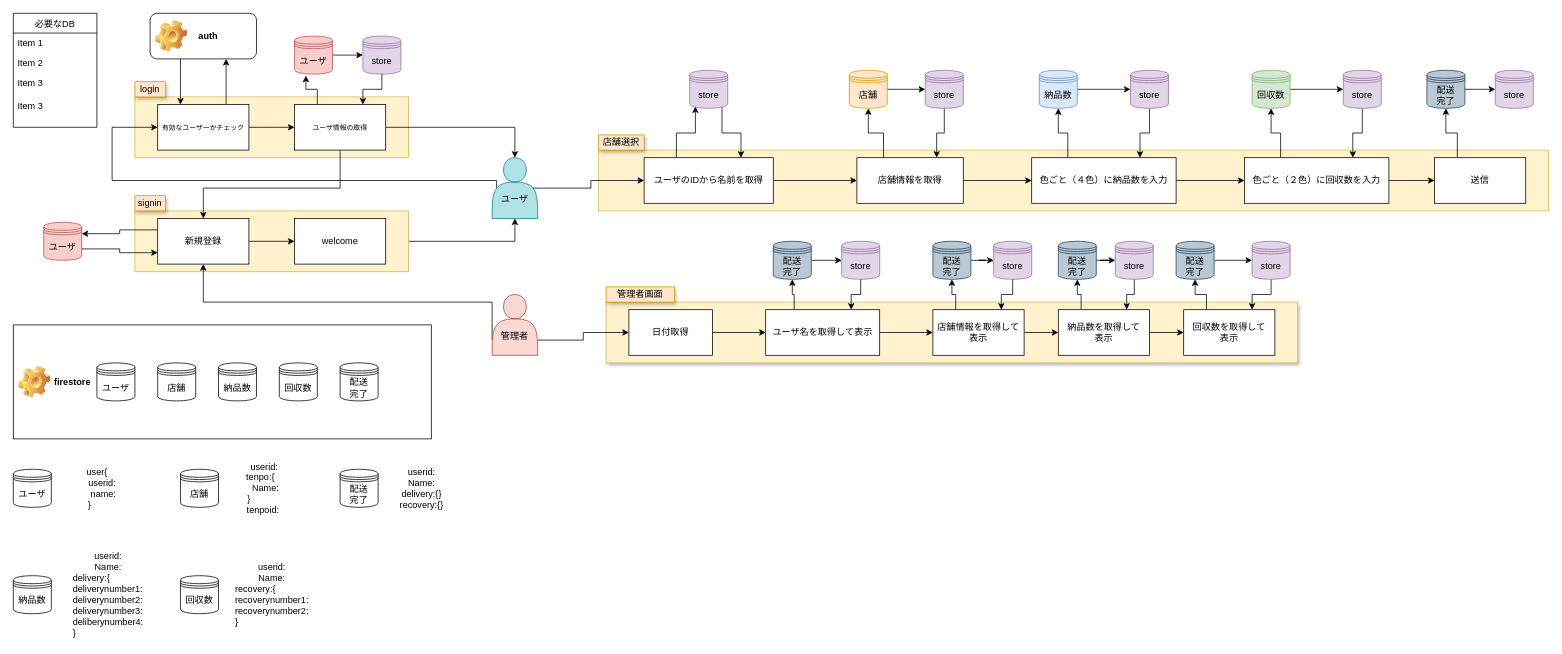
ryudai-kana/webapp-draw keeps this draw.io diagram as 配送webapp.drawio. Above is the earlier version. Source tidied: cells renumbered, new cells numbered last; positions are measured from the earlier drawing's top-left corner, leaving out a move shared by most shapes. Both pictures are drawn from the tidied source at 76%, with x=0, y=0 at pixel (13, 13).
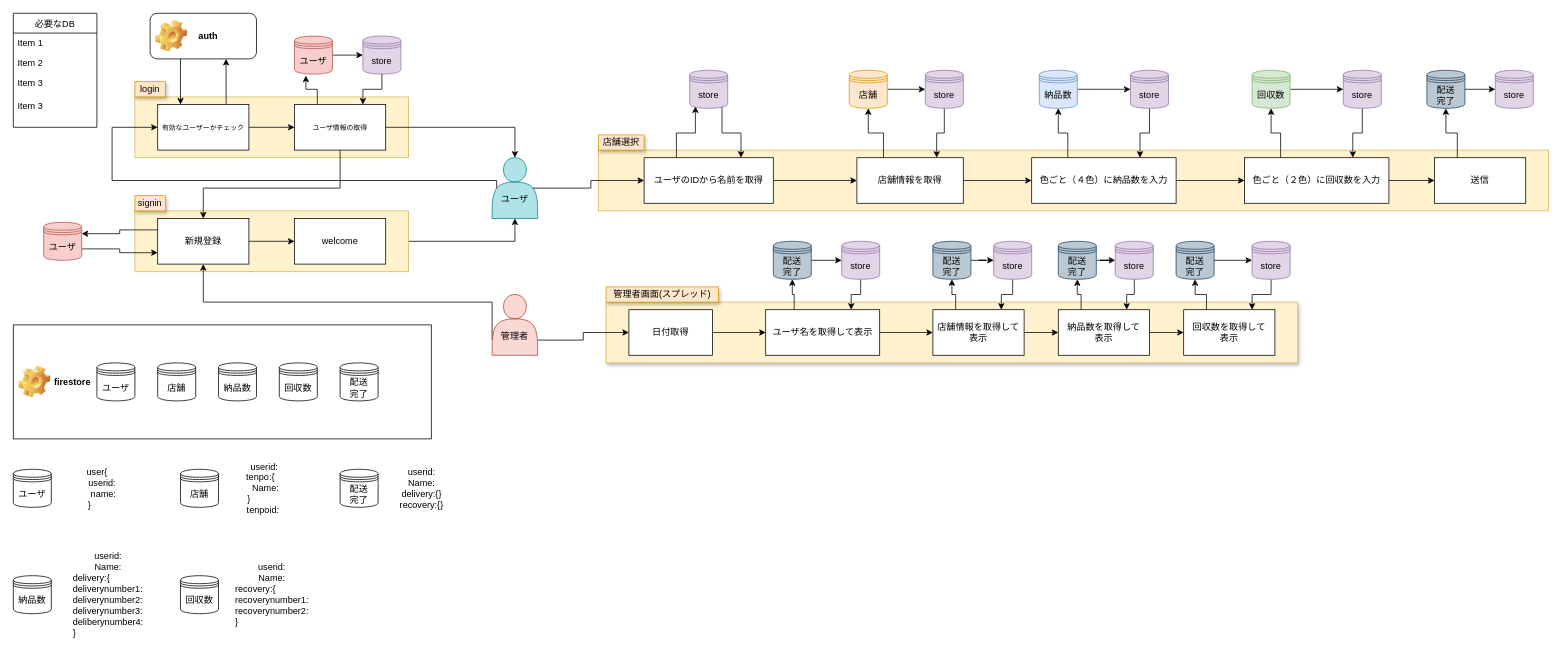
After the change.

Commit message (it also covers changes not shown here):
配送webapp.drawio を更新します

Change to the diagram source:
```diff
@@
-    <mxCell id="82" value="管理者画面" style="text;html=1;strokeColor=#d79b00;fillColor=#ffe6cc;align=center;verticalAlign=middle;whiteSpace=wrap;rounded=0;sketch=0;shadow=1;" parent="1" vertex="1">
-      <mxGeometry x="780" y="360" width="90" height="20" as="geometry" />
+    <mxCell id="82" value="管理者画面(スプレッド)" style="text;html=1;strokeColor=#d79b00;fillColor=#ffe6cc;align=center;verticalAlign=middle;whiteSpace=wrap;rounded=0;sketch=0;shadow=1;" parent="1" vertex="1">
+      <mxGeometry x="780" y="360" width="148" height="20" as="geometry" />
     </mxCell>
```
